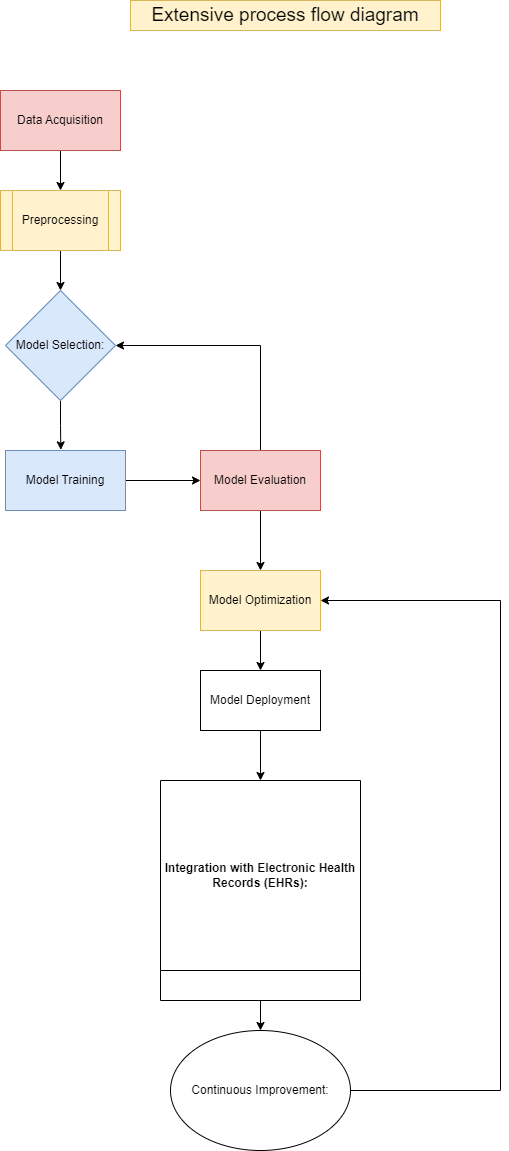
Above: Lung Cancer Detection.drawio.png in belanasaikiran/FlowCharts (draw.io), before the change. Source tidied: cells renumbered, new cells last; positions are measured from the earlier drawing's top-left corner, leaving out a move shared by most shapes.
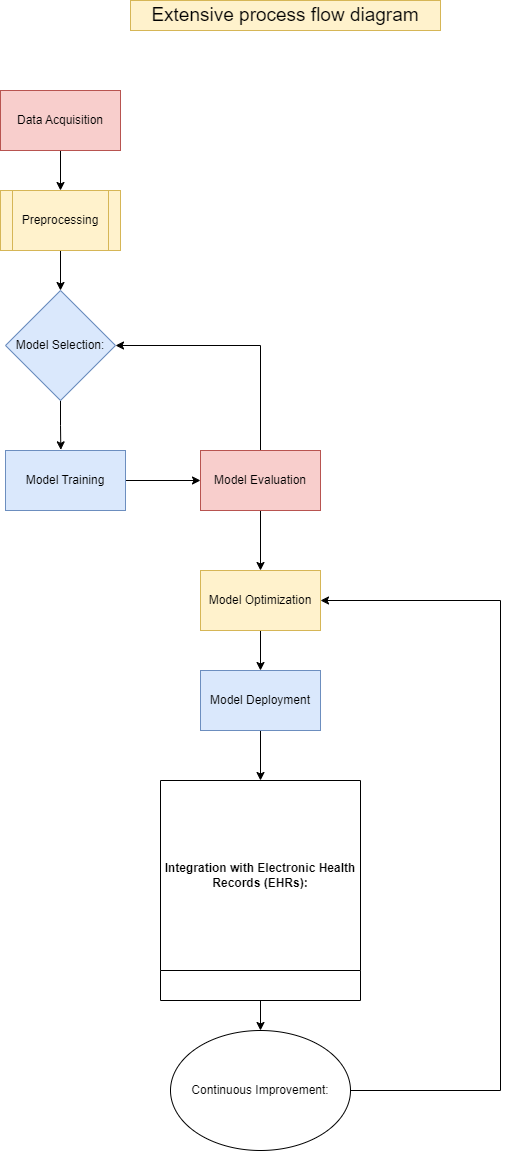
After the change.

The edit, as a diff of the source:
```diff
@@ -48,7 +48,7 @@
     <mxCell id="15" style="edgeStyle=orthogonalEdgeStyle;rounded=0;jettySize=auto;html=1;exitX=0.5;exitY=1;exitDx=0;exitDy=0;entryX=0.5;entryY=0;entryDx=0;entryDy=0;" parent="1" edge="1" source="16" target="18">
       <mxGeometry relative="1" as="geometry" />
     </mxCell>
-    <mxCell id="16" value="Model Deployment" style="rounded=0;whiteSpace=wrap;html=1;" parent="1" vertex="1">
+    <mxCell id="16" value="Model Deployment" style="rounded=0;whiteSpace=wrap;html=1;fillColor=#dae8fc;strokeColor=#6c8ebf;" parent="1" vertex="1">
       <mxGeometry x="200" y="670" width="120" height="60" as="geometry" />
     </mxCell>
     <mxCell id="17" style="edgeStyle=orthogonalEdgeStyle;rounded=0;jettySize=auto;html=1;entryX=0.5;entryY=0;entryDx=0;entryDy=0;" parent="1" edge="1" source="18" target="20">
```
